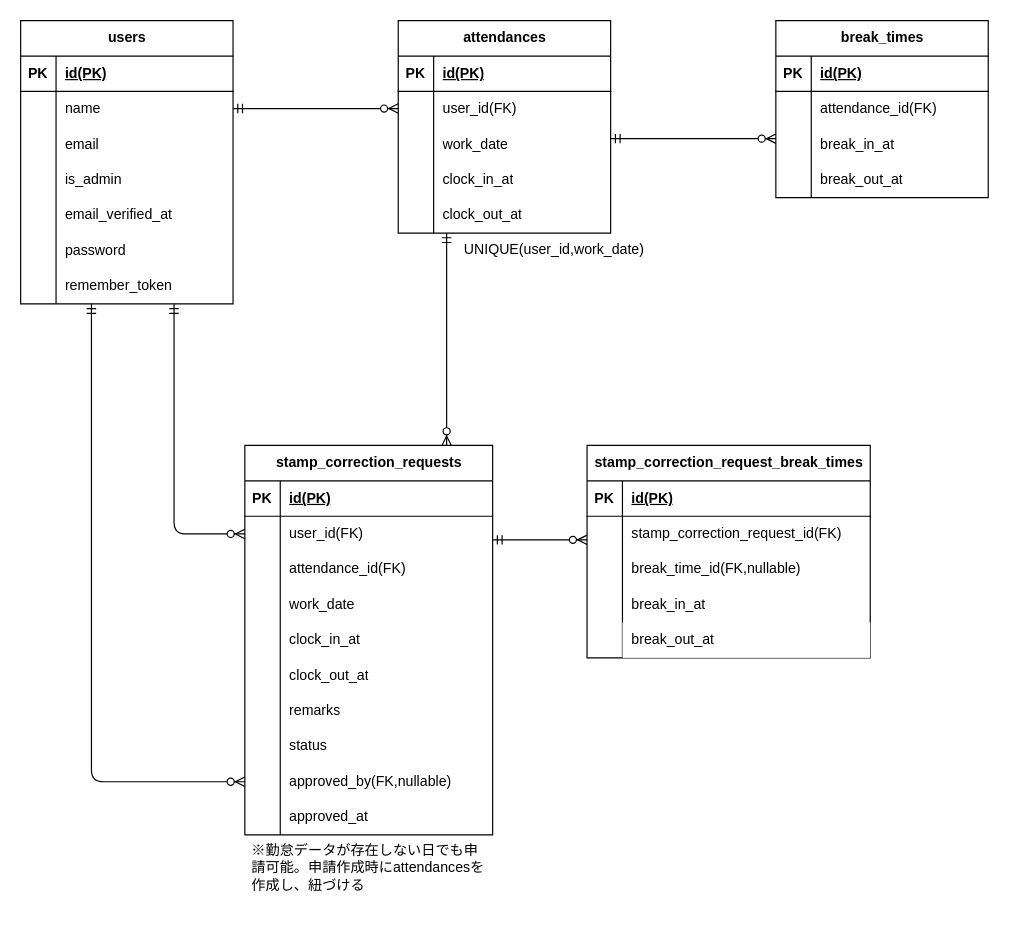
Above: docs/er-diagram.drawio in nishidanamiki/attendance-app (draw.io), before the change. Source tidied: cells renumbered, new cells numbered last; positions are measured from the earlier drawing's top-left corner, leaving out a move shared by most shapes. Both pictures are drawn from the tidied source at 118%, with x=0, y=0 at pixel (20, 20).
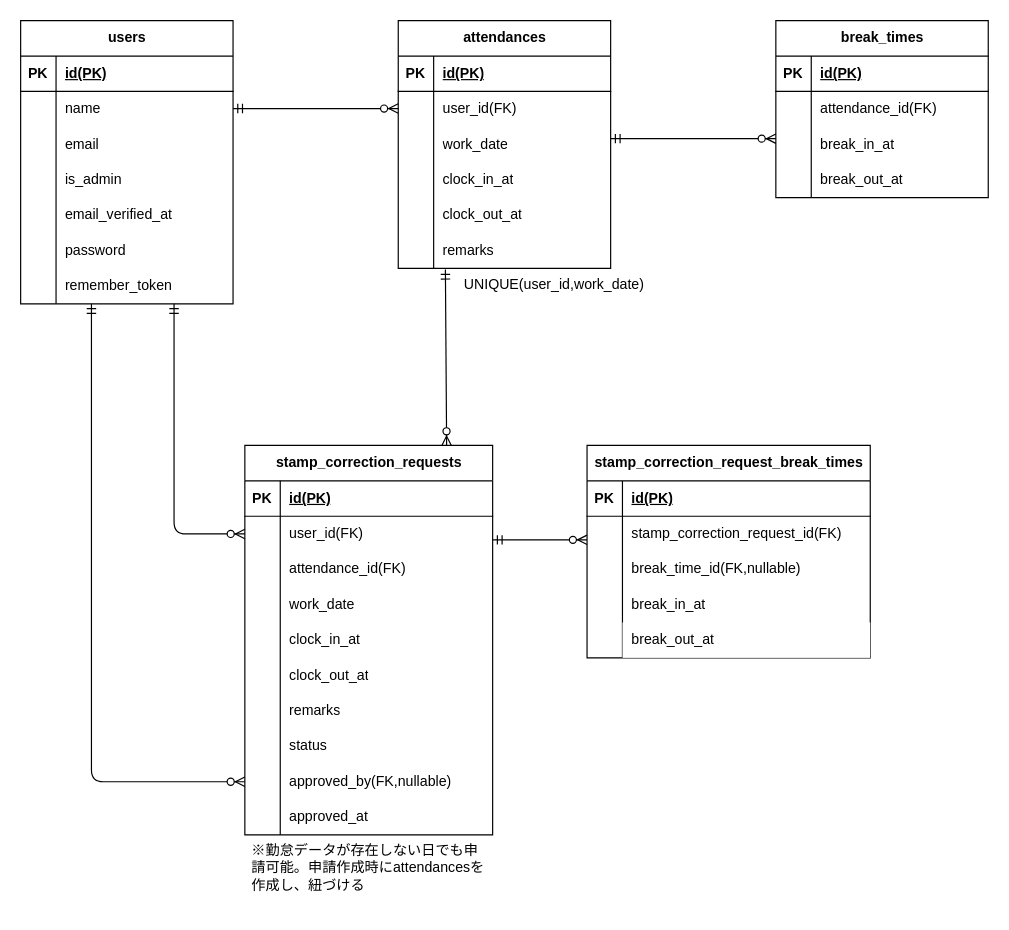
The same page after the edit.

Commit message (it also covers changes not shown here):
ER図のattendancesテーブルにremarksカラムを追加

What changed in the source:
```diff
@@
     <mxCell id="71" value="attendances" style="shape=table;startSize=30;childLayout=tableLayout;rowLines=0;fontStyle=1;align=center;html=1;" parent="1" vertex="1">
-      <mxGeometry x="320" width="180" height="180" as="geometry" />
+      <mxGeometry x="320" width="180" height="210" as="geometry" />
     </mxCell>
@@
+    <mxCell id="108" style="shape=tableRow;horizontal=0;startSize=0;swimlaneHead=0;swimlaneBody=0;fillColor=none;points=[[0,0.5],[1,0.5]];portConstraint=eastwest;top=0;left=0;right=0;bottom=0;" parent="71" vertex="1">
+      <mxGeometry y="180" width="180" height="30" as="geometry" />
+    </mxCell>
+    <mxCell id="109" style="shape=partialRectangle;fillColor=none;top=0;left=0;bottom=0;right=0;overflow=hidden;whiteSpace=wrap;html=1;" parent="108" vertex="1">
+      <mxGeometry width="30" height="30" as="geometry" />
+    </mxCell>
+    <mxCell id="110" value="remarks" style="shape=partialRectangle;fillColor=none;top=0;left=0;bottom=0;right=0;align=left;spacingLeft=6;overflow=hidden;whiteSpace=wrap;html=1;" parent="108" vertex="1">
+      <mxGeometry x="30" width="150" height="30" as="geometry" />
+    </mxCell>
@@
-    <mxCell id="102" style="fontSize=12;html=1;endArrow=ERzeroToMany;startArrow=ERmandOne;" parent="1" edge="1">
+    <mxCell id="102" style="fontSize=12;html=1;endArrow=ERzeroToMany;startArrow=ERmandOne;exitX=0.222;exitY=1.033;exitDx=0;exitDy=0;exitPerimeter=0;" parent="1" edge="1" source="108">
       <mxGeometry relative="1" as="geometry">
-        <mxPoint x="361" y="180" as="sourcePoint" />
         <mxPoint x="361" y="360" as="targetPoint" />
       </mxGeometry>
     </mxCell>
@@
     <mxCell id="105" value="UNIQUE(user_id,work_date)" style="text;strokeColor=none;fillColor=none;align=left;verticalAlign=top;spacingLeft=4;spacingRight=4;overflow=hidden;whiteSpace=wrap;html=1;" parent="1" vertex="1">
-      <mxGeometry x="370" y="180" width="170" height="26" as="geometry" />
+      <mxGeometry x="370" y="210" width="170" height="26" as="geometry" />
     </mxCell>
```
